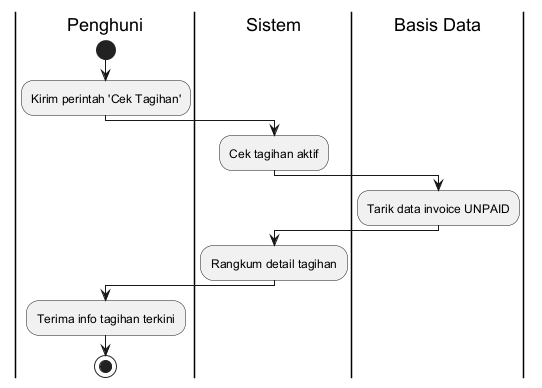
Earlier version of the PlantUML export docs/diagrams/12_activity_diagram_cek_tagihan.png (ahmadyasser72/tem-2). The source it was exported from:
```plantuml
@startuml
|Penghuni|
start
:Kirim perintah 'Cek Tagihan';
|Sistem|
:Cek tagihan aktif;
|Basis Data|
:Tarik data invoice UNPAID;
|Sistem|
:Rangkum detail tagihan;
|Penghuni|
:Terima info tagihan terkini;
stop
@enduml
```
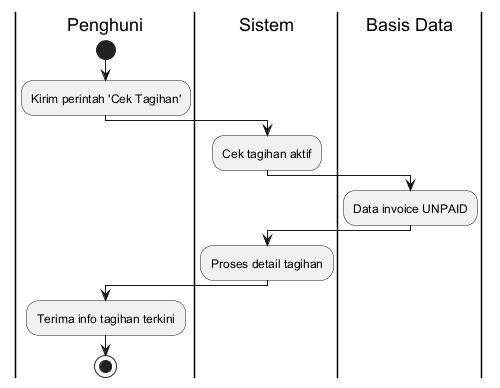
The same file after the commit.

What changed in the source:
```diff
@@ -5,9 +5,9 @@
 |Sistem|
 :Cek tagihan aktif;
 |Basis Data|
-:Tarik data invoice UNPAID;
+:Data invoice UNPAID;
 |Sistem|
-:Rangkum detail tagihan;
+:Proses detail tagihan;
 |Penghuni|
 :Terima info tagihan terkini;
 stop
```
